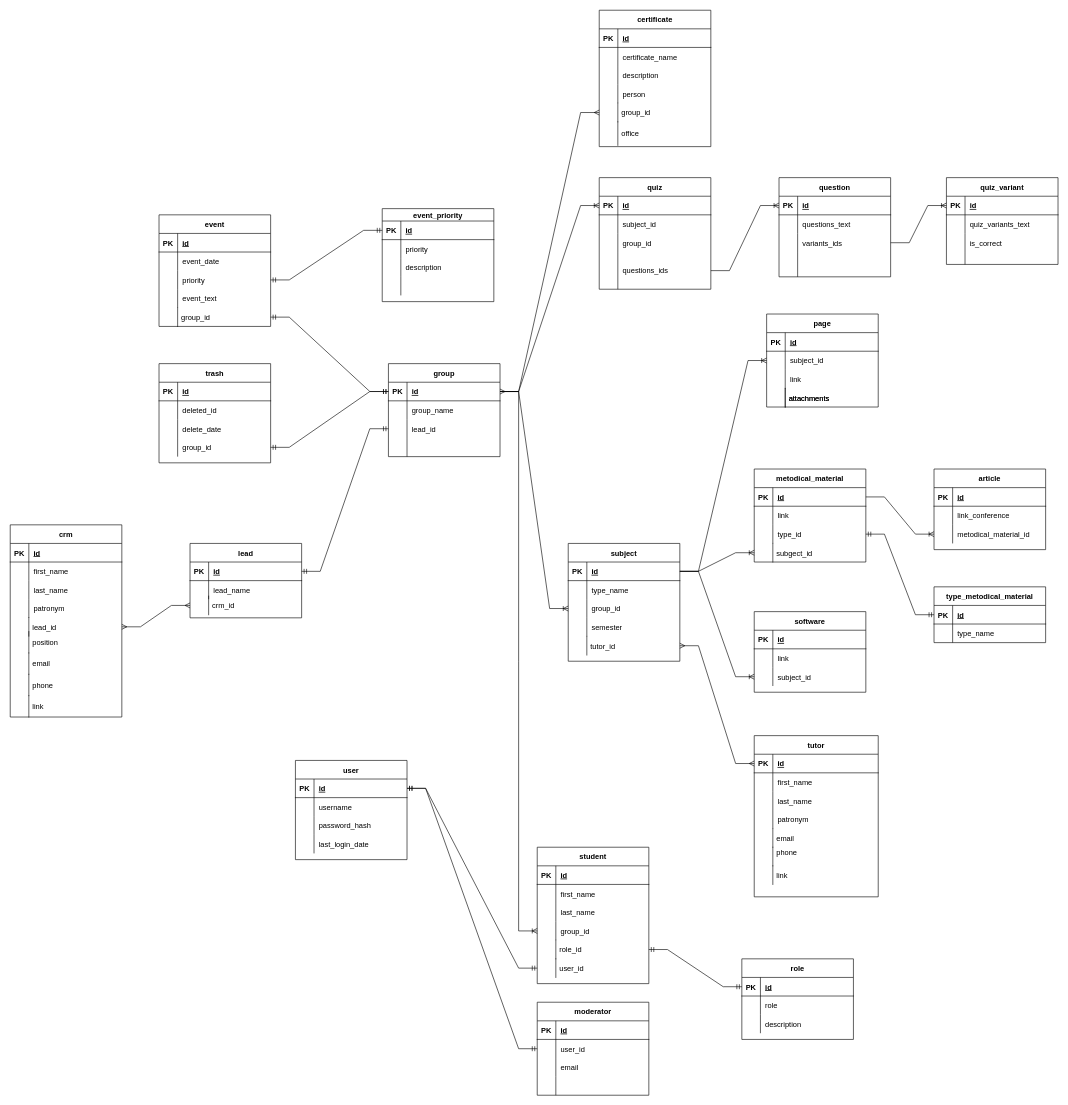
student-archive/backend keeps this draw.io diagram as Untitled Diagram.drawio. Above is the earlier version. Source tidied: cells renumbered, new cells numbered last; positions are measured from the earlier drawing's top-left corner, leaving out a move shared by most shapes. Both pictures are drawn from the tidied source at 62%, with x=0, y=0 at pixel (-33, 10).
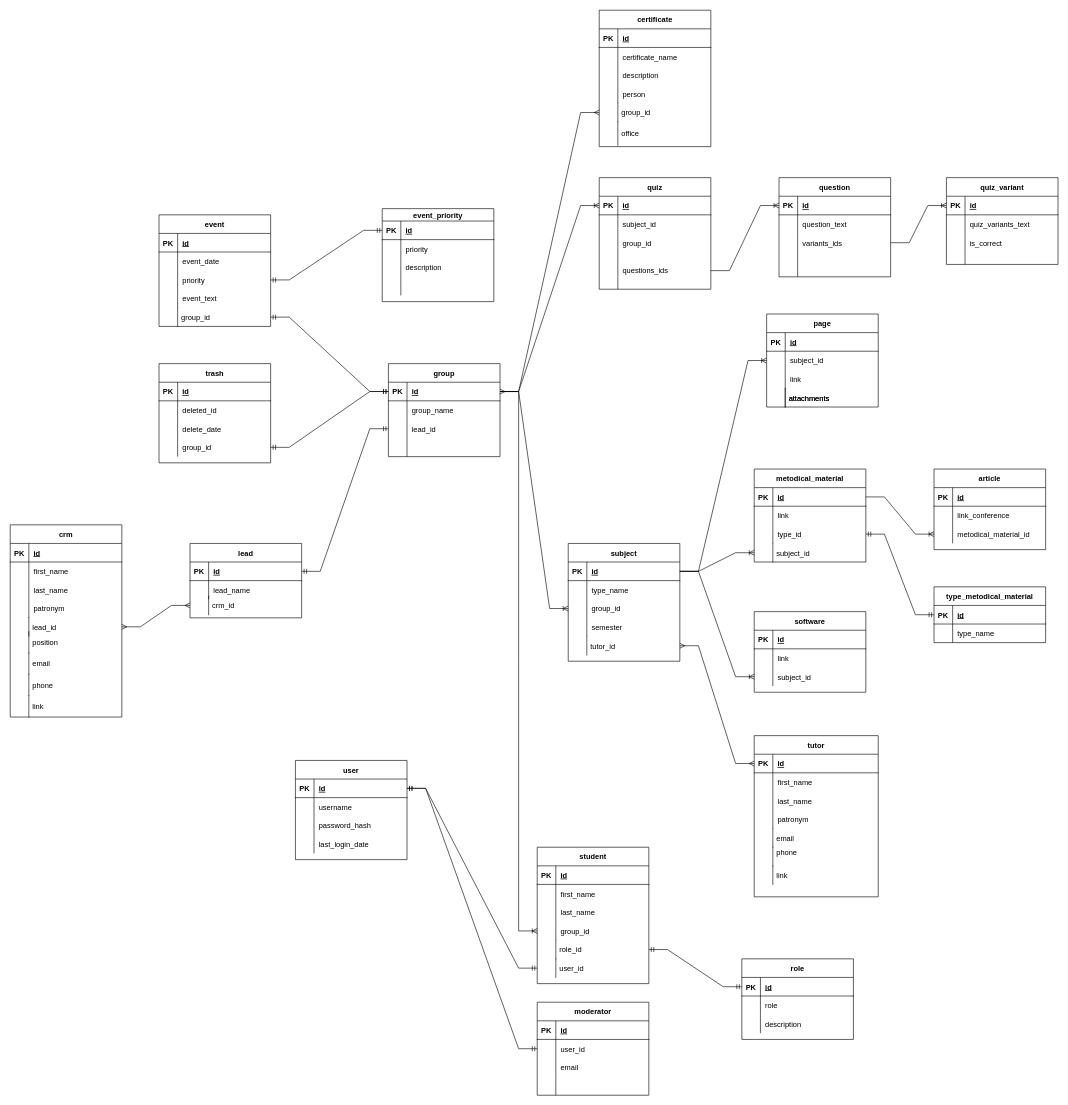
After the change.

Commit message:
fix(databases): fix typo

Unchanged cells that the change refers to:
```xml
<mxCell id="32" style="shape=tableRow;horizontal=0;startSize=0;swimlaneHead=0;swimlaneBody=0;fillColor=none;top=0;left=0;right=0;bottom=0;" parent="28" vertex="1">
  <mxGeometry y="60" width="180" height="30" as="geometry" />
</mxCell>
<mxCell id="184" style="group;" parent="183" vertex="1">
  <mxGeometry width="180" height="150" as="geometry" />
</mxCell>
```

Change to the diagram source:
```diff
@@
-    <mxCell id="34" value="questions_text" style="shape=partialRectangle;fillColor=none;top=0;left=0;bottom=0;right=0;align=left;spacingLeft=6;overflow=hidden;" parent="32" vertex="1">
+    <mxCell id="34" value="question_text" style="shape=partialRectangle;fillColor=none;top=0;left=0;bottom=0;right=0;align=left;spacingLeft=6;overflow=hidden;" parent="32" vertex="1">
       <mxGeometry x="30" width="150" height="30" as="geometry" />
     </mxCell>
@@
-    <mxCell id="195" value="subgect_id" style="shape=partialRectangle;fillColor=none;align=left;verticalAlign=middle;strokeColor=none;spacingLeft=34;points=[[0,0.5],[1,0.5]];portConstraint=eastwest;" parent="184" vertex="1">
+    <mxCell id="195" value="subject_id" style="shape=partialRectangle;fillColor=none;align=left;verticalAlign=middle;strokeColor=none;spacingLeft=34;points=[[0,0.5],[1,0.5]];portConstraint=eastwest;" parent="184" vertex="1">
       <mxGeometry y="120" width="90" height="30" as="geometry" />
     </mxCell>
```
